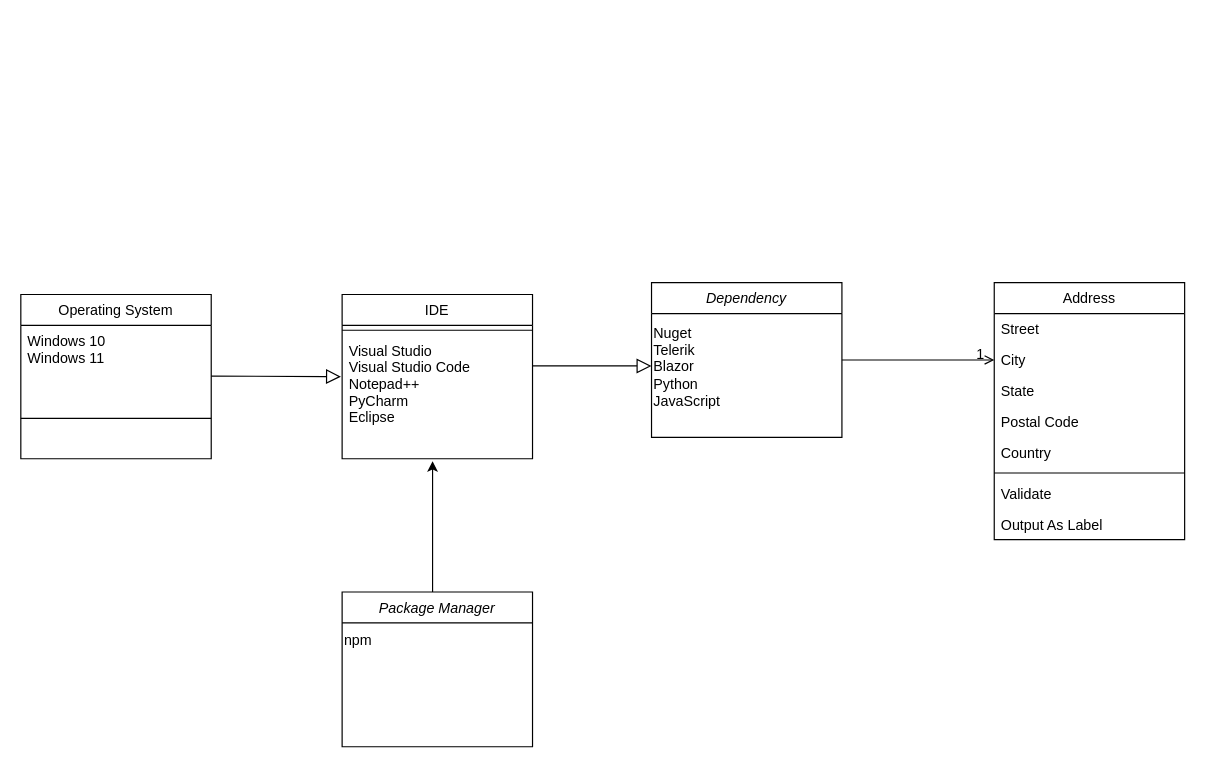
This is DevToolsConfig.drawio from cracksre/Azure, a draw.io file, before an edit. Source tidied: cells renumbered, new cells numbered last; positions are measured from the earlier drawing's top-left corner, leaving out a move shared by most shapes. Both pictures are drawn from the tidied source at 119%, with x=0, y=0 at pixel (20, 282).
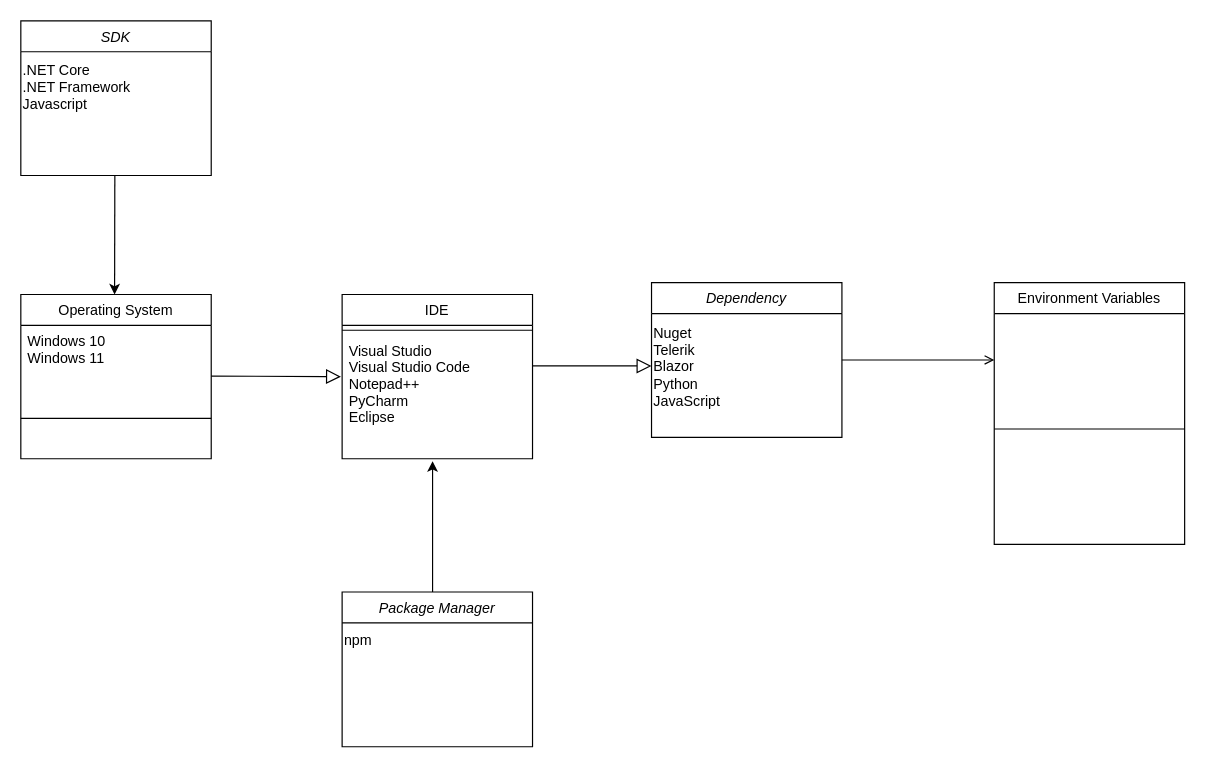
The same diagram, later.

Unchanged cells that the change refers to:
```xml
<mxCell id="20" style="endArrow=open;shadow=0;strokeWidth=1;rounded=0;curved=0;endFill=1;edgeStyle=elbowEdgeStyle;elbow=vertical;" parent="1" edge="1" source="2" target="11">
  <mxGeometry x="0.5" y="41" relative="1" as="geometry">
    <mxPoint x="-40" y="32" as="offset" />
  </mxGeometry>
</mxCell>
```

What changed in the source:
```diff
@@
-    <mxCell id="11" value="Address" style="swimlane;fontStyle=0;align=center;verticalAlign=top;horizontal=1;startSize=26;rounded=0;shadow=0;strokeWidth=1;" parent="1" vertex="1">
-      <mxGeometry x="818" width="160" height="216" as="geometry" />
+    <mxCell id="11" value="Environment Variables" style="swimlane;fontStyle=0;align=center;verticalAlign=top;horizontal=1;startSize=26;rounded=0;shadow=0;strokeWidth=1;" parent="1" vertex="1">
+      <mxGeometry x="818" width="160" height="220" as="geometry" />
     </mxCell>
-    <mxCell id="12" value="Street" style="text;align=left;verticalAlign=top;spacingLeft=4;spacingRight=4;overflow=hidden;" parent="11" vertex="1">
-      <mxGeometry y="26" width="160" height="26" as="geometry" />
-    </mxCell>
-    <mxCell id="13" value="City" style="text;align=left;verticalAlign=top;spacingLeft=4;spacingRight=4;overflow=hidden;rounded=0;shadow=0;html=0;" parent="11" vertex="1">
-      <mxGeometry y="52" width="160" height="26" as="geometry" />
-    </mxCell>
-    <mxCell id="14" value="State" style="text;align=left;verticalAlign=top;spacingLeft=4;spacingRight=4;overflow=hidden;rounded=0;shadow=0;html=0;" parent="11" vertex="1">
-      <mxGeometry y="78" width="160" height="26" as="geometry" />
-    </mxCell>
-    <mxCell id="15" value="Postal Code" style="text;align=left;verticalAlign=top;spacingLeft=4;spacingRight=4;overflow=hidden;rounded=0;shadow=0;html=0;" parent="11" vertex="1">
-      <mxGeometry y="104" width="160" height="26" as="geometry" />
-    </mxCell>
-    <mxCell id="16" value="Country" style="text;align=left;verticalAlign=top;spacingLeft=4;spacingRight=4;overflow=hidden;rounded=0;shadow=0;html=0;" parent="11" vertex="1">
-      <mxGeometry y="130" width="160" height="26" as="geometry" />
-    </mxCell>
     <mxCell id="17" style="line;html=1;strokeWidth=1;align=left;verticalAlign=middle;spacingTop=-1;spacingLeft=3;spacingRight=3;labelPosition=right;" parent="11" vertex="1">
-      <mxGeometry y="156" width="160" height="8" as="geometry" />
+      <mxGeometry y="26" width="160" height="194" as="geometry" />
     </mxCell>
-    <mxCell id="18" value="Validate" style="text;align=left;verticalAlign=top;spacingLeft=4;spacingRight=4;overflow=hidden;" parent="11" vertex="1">
-      <mxGeometry y="164" width="160" height="26" as="geometry" />
-    </mxCell>
-    <mxCell id="19" value="Output As Label" style="text;align=left;verticalAlign=top;spacingLeft=4;spacingRight=4;overflow=hidden;" parent="11" vertex="1">
-      <mxGeometry y="190" width="160" height="26" as="geometry" />
-    </mxCell>
@@
-    <mxCell id="22" value="1" style="align=right;verticalAlign=bottom;labelBackgroundColor=none;fontSize=12;" parent="20" vertex="1">
-      <mxGeometry x="1" relative="1" as="geometry">
-        <mxPoint x="-7" y="4" as="offset" />
-      </mxGeometry>
-    </mxCell>
@@
+    <mxCell id="27" value="SDK" style="swimlane;fontStyle=2;align=center;verticalAlign=top;horizontal=1;startSize=26;rounded=0;shadow=0;strokeWidth=1;" parent="1" vertex="1">
+      <mxGeometry y="-220" width="160" height="130" as="geometry" />
+    </mxCell>
+    <mxCell id="28" value=".NET Core&lt;div&gt;.NET Framework&lt;/div&gt;&lt;div&gt;Javascript&lt;/div&gt;" style="text;html=1;align=left;verticalAlign=middle;strokeColor=none;fillColor=none;" parent="27" vertex="1">
+      <mxGeometry y="26" width="160" height="60" as="geometry" />
+    </mxCell>
+    <mxCell id="29" style="endArrow=classic;html=1;rounded=0;" parent="1" edge="1">
+      <mxGeometry relative="1" as="geometry">
+        <mxPoint x="79" y="-90" as="sourcePoint" />
+        <mxPoint x="78.8" y="10" as="targetPoint" />
+      </mxGeometry>
+    </mxCell>
```
